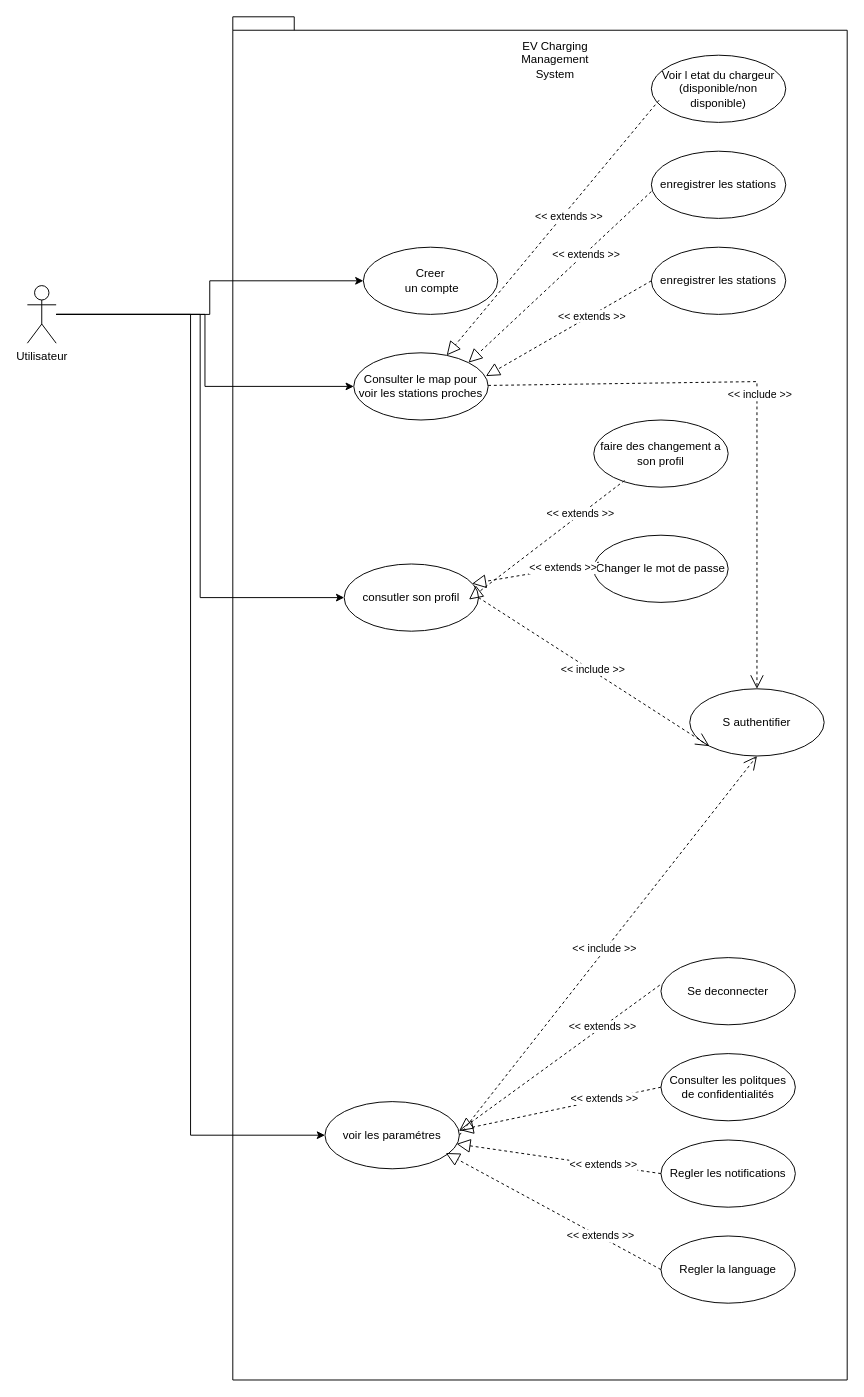
Above: sprint1/UseCaseDiagram.drawio in Hachem198/Parc-Charge (draw.io), before the change. Source tidied: cells renumbered, new cells numbered last; positions are measured from the earlier drawing's top-left corner, leaving out a move shared by most shapes. Both pictures are drawn from the tidied source at 96%, with x=0, y=0 at pixel (27, 16).
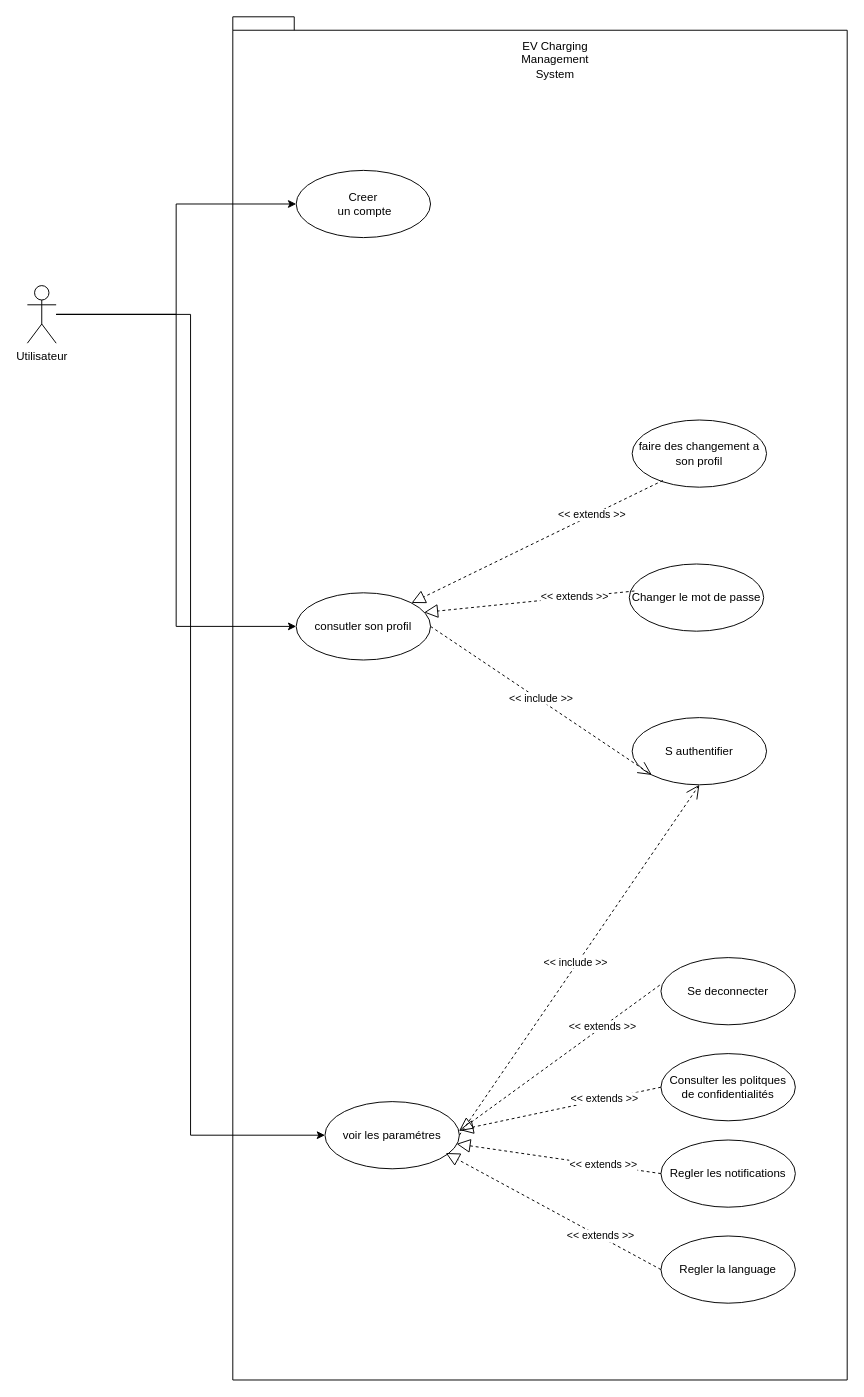
The same page after the edit.

Commit message (it also covers changes not shown here):
added sprint2 use case diagram

Unchanged cells that the change refers to:
```xml
<mxCell id="7" value="Utilisateur&lt;div&gt;&lt;br&gt;&lt;/div&gt;" style="shape=umlActor;verticalLabelPosition=bottom;verticalAlign=top;html=1;" parent="1" vertex="1">
  <mxGeometry y="280" width="30" height="60" as="geometry" />
</mxCell>
```

What changed in the source:
```diff
@@
-    <mxCell id="4" style="edgeStyle=orthogonalEdgeStyle;rounded=0;jettySize=auto;html=1;entryX=0;entryY=0.5;entryDx=0;entryDy=0;" parent="1" edge="1" source="7" target="10">
-      <mxGeometry relative="1" as="geometry" />
-    </mxCell>
@@
     <mxCell id="9" value="Creer&lt;div&gt;&amp;nbsp;un compte&lt;/div&gt;" style="ellipse;whiteSpace=wrap;html=1;" parent="1" vertex="1">
-      <mxGeometry x="350" y="240" width="140" height="70" as="geometry" />
+      <mxGeometry x="280" y="160" width="140" height="70" as="geometry" />
     </mxCell>
-    <mxCell id="10" value="Consulter le map pour voir les stations proches" style="ellipse;whiteSpace=wrap;html=1;" parent="1" vertex="1">
-      <mxGeometry x="340" y="350" width="140" height="70" as="geometry" />
-    </mxCell>
     <mxCell id="11" value="S authentifier" style="ellipse;whiteSpace=wrap;html=1;" parent="1" vertex="1">
-      <mxGeometry x="690" y="700" width="140" height="70" as="geometry" />
+      <mxGeometry x="630" y="730" width="140" height="70" as="geometry" />
     </mxCell>
-    <mxCell id="12" style="endArrow=open;endSize=12;dashed=1;html=1;rounded=0;curved=0;startArrow=none;startFill=0;startSize=12;endFill=1;entryX=0.5;entryY=0;entryDx=0;entryDy=0;" parent="1" edge="1" source="10" target="11">
-      <mxGeometry relative="1" as="geometry">
-        <Array as="points">
-          <mxPoint x="760" y="380" />
-        </Array>
-      </mxGeometry>
-    </mxCell>
-    <mxCell id="13" value="&amp;lt;&amp;lt; include&lt;span style=&quot;background-color: light-dark(#ffffff, var(--ge-dark-color, #121212)); color: light-dark(rgb(0, 0, 0), rgb(255, 255, 255));&quot;&gt;&amp;nbsp;&amp;gt;&amp;gt;&lt;/span&gt;" style="edgeLabel;html=1;align=center;verticalAlign=middle;" parent="12" vertex="1">
-      <mxGeometry x="-0.02" y="2" relative="1" as="geometry" />
-    </mxCell>
-    <mxCell id="14" value="Voir l etat du chargeur (disponible/non disponible)" style="ellipse;whiteSpace=wrap;html=1;" parent="1" vertex="1">
-      <mxGeometry x="650" y="40" width="140" height="70" as="geometry" />
-    </mxCell>
-    <mxCell id="15" style="endArrow=block;dashed=1;endFill=0;endSize=12;html=1;rounded=0;exitX=0.057;exitY=0.671;exitDx=0;exitDy=0;exitPerimeter=0;" parent="1" edge="1" source="14" target="10">
-      <mxGeometry relative="1" as="geometry" />
-    </mxCell>
-    <mxCell id="16" value="&amp;lt;&amp;lt; extends&lt;span style=&quot;background-color: light-dark(#ffffff, var(--ge-dark-color, #121212)); color: light-dark(rgb(0, 0, 0), rgb(255, 255, 255));&quot;&gt;&amp;nbsp;&amp;gt;&amp;gt;&lt;/span&gt;" style="edgeLabel;html=1;align=center;verticalAlign=middle;" parent="1" vertex="1">
-      <mxGeometry x="550" y="200" as="geometry">
-        <mxPoint x="13" y="7" as="offset" />
-      </mxGeometry>
-    </mxCell>
     <mxCell id="17" value="consutler son profil" style="ellipse;whiteSpace=wrap;html=1;" parent="1" vertex="1">
-      <mxGeometry x="330" y="570" width="140" height="70" as="geometry" />
+      <mxGeometry x="280" y="600" width="140" height="70" as="geometry" />
     </mxCell>
@@
     <mxCell id="23" value="faire des changement a son profil" style="ellipse;whiteSpace=wrap;html=1;" parent="1" vertex="1">
-      <mxGeometry x="590" y="420" width="140" height="70" as="geometry" />
+      <mxGeometry x="630" y="420" width="140" height="70" as="geometry" />
     </mxCell>
-    <mxCell id="24" style="endArrow=block;dashed=1;endFill=0;endSize=12;html=1;rounded=0;exitX=0.229;exitY=0.9;exitDx=0;exitDy=0;exitPerimeter=0;" parent="1" edge="1" source="23">
-      <mxGeometry relative="1" as="geometry">
-        <mxPoint x="460" y="607" as="targetPoint" />
-      </mxGeometry>
+    <mxCell id="24" style="endArrow=block;dashed=1;endFill=0;endSize=12;html=1;rounded=0;exitX=0.229;exitY=0.9;exitDx=0;exitDy=0;exitPerimeter=0;" parent="1" edge="1" source="23" target="17">
+      <mxGeometry relative="1" as="geometry" />
     </mxCell>
@@
-    <mxCell id="29" value="enregistrer les stations" style="ellipse;whiteSpace=wrap;html=1;" parent="1" vertex="1">
-      <mxGeometry x="650" y="140" width="140" height="70" as="geometry" />
-    </mxCell>
-    <mxCell id="30" style="endArrow=block;dashed=1;endFill=0;endSize=12;html=1;rounded=0;exitX=0;exitY=0.6;exitDx=0;exitDy=0;exitPerimeter=0;entryX=1;entryY=0;entryDx=0;entryDy=0;" parent="1" edge="1" source="29" target="10">
-      <mxGeometry relative="1" as="geometry" />
-    </mxCell>
-    <mxCell id="31" value="&amp;lt;&amp;lt; extends&lt;span style=&quot;color: light-dark(rgb(0, 0, 0), rgb(255, 255, 255));&quot;&gt;&amp;nbsp;&amp;gt;&amp;gt;&lt;/span&gt;" style="edgeLabel;html=1;align=center;verticalAlign=middle;" parent="30" vertex="1">
-      <mxGeometry x="-0.28" relative="1" as="geometry">
-        <mxPoint y="1" as="offset" />
-      </mxGeometry>
-    </mxCell>
@@
     <mxCell id="41" value="Changer le mot de passe" style="ellipse;whiteSpace=wrap;html=1;" parent="1" vertex="1">
-      <mxGeometry x="590" y="540" width="140" height="70" as="geometry" />
+      <mxGeometry x="627" y="570" width="140" height="70" as="geometry" />
     </mxCell>
@@
-    <mxCell id="44" value="enregistrer les stations" style="ellipse;whiteSpace=wrap;html=1;" parent="1" vertex="1">
-      <mxGeometry x="650" y="240" width="140" height="70" as="geometry" />
-    </mxCell>
-    <mxCell id="45" style="endArrow=block;dashed=1;endFill=0;endSize=12;html=1;rounded=0;exitX=0;exitY=0.5;exitDx=0;exitDy=0;entryX=0.983;entryY=0.347;entryDx=0;entryDy=0;entryPerimeter=0;" parent="1" edge="1" source="44" target="10">
-      <mxGeometry relative="1" as="geometry" />
-    </mxCell>
-    <mxCell id="46" value="&amp;lt;&amp;lt; extends&lt;span style=&quot;color: light-dark(rgb(0, 0, 0), rgb(255, 255, 255));&quot;&gt;&amp;nbsp;&amp;gt;&amp;gt;&lt;/span&gt;" style="edgeLabel;html=1;align=center;verticalAlign=middle;" parent="45" vertex="1">
-      <mxGeometry x="-0.28" relative="1" as="geometry">
-        <mxPoint y="1" as="offset" />
-      </mxGeometry>
-    </mxCell>
```
